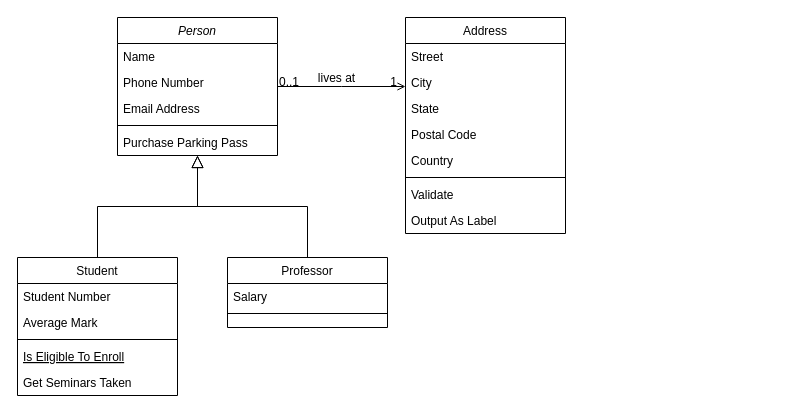
This is 自动上传匹配档案责任链模式.drawio from FocusZhouGD/drawprogram, a draw.io file, before an edit. Source tidied: cells renumbered, new cells numbered last; positions are measured from the earlier drawing's top-left corner, leaving out a move shared by most shapes. Both pictures are drawn from the tidied source at 100%, with x=0, y=0 at pixel (17, 17).
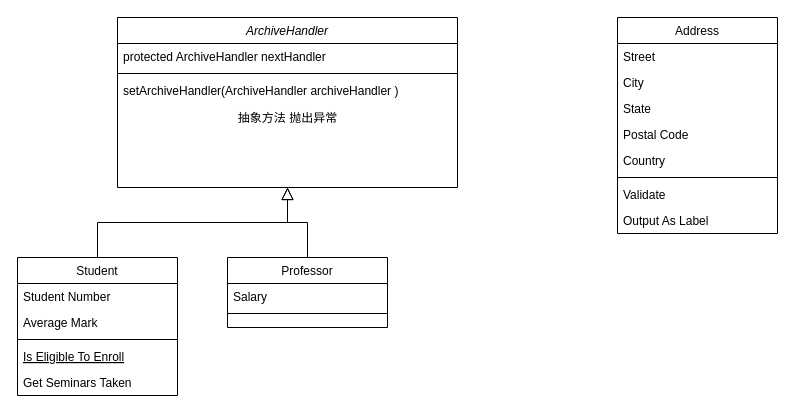
Above is the later version.

Commit message:
更新自动上传匹配档案责任链模式.drawio

The edit, as a diff of the source:
```diff
@@
-    <mxCell id="2" value="Person" style="swimlane;fontStyle=2;align=center;verticalAlign=top;horizontal=1;startSize=26;rounded=0;shadow=0;strokeWidth=1;" parent="1" vertex="1">
-      <mxGeometry x="100" width="160" height="138" as="geometry" />
+    <mxCell id="2" value="ArchiveHandler" style="swimlane;fontStyle=2;align=center;verticalAlign=top;horizontal=1;startSize=26;rounded=0;shadow=0;strokeWidth=1;" parent="1" vertex="1">
+      <mxGeometry x="100" width="340" height="170" as="geometry" />
     </mxCell>
-    <mxCell id="3" value="Name" style="text;align=left;verticalAlign=top;spacingLeft=4;spacingRight=4;overflow=hidden;" parent="2" vertex="1">
-      <mxGeometry y="26" width="160" height="26" as="geometry" />
-    </mxCell>
-    <mxCell id="4" value="Phone Number" style="text;align=left;verticalAlign=top;spacingLeft=4;spacingRight=4;overflow=hidden;rounded=0;shadow=0;html=0;" parent="2" vertex="1">
-      <mxGeometry y="52" width="160" height="26" as="geometry" />
+    <mxCell id="4" value="protected ArchiveHandler nextHandler" style="text;align=left;verticalAlign=top;spacingLeft=4;spacingRight=4;overflow=hidden;rounded=0;shadow=0;html=0;" parent="2" vertex="1">
+      <mxGeometry y="26" width="340" height="26" as="geometry" />
     </mxCell>
-    <mxCell id="5" value="Email Address" style="text;align=left;verticalAlign=top;spacingLeft=4;spacingRight=4;overflow=hidden;rounded=0;shadow=0;html=0;" parent="2" vertex="1">
-      <mxGeometry y="78" width="160" height="26" as="geometry" />
-    </mxCell>
     <mxCell id="6" style="line;html=1;strokeWidth=1;align=left;verticalAlign=middle;spacingTop=-1;spacingLeft=3;spacingRight=3;labelPosition=right;" parent="2" vertex="1">
-      <mxGeometry y="104" width="160" height="8" as="geometry" />
+      <mxGeometry y="52" width="340" height="8" as="geometry" />
     </mxCell>
-    <mxCell id="7" value="Purchase Parking Pass" style="text;align=left;verticalAlign=top;spacingLeft=4;spacingRight=4;overflow=hidden;" parent="2" vertex="1">
-      <mxGeometry y="112" width="160" height="26" as="geometry" />
+    <mxCell id="7" value="setArchiveHandler(ArchiveHandler archiveHandler )" style="text;align=left;verticalAlign=top;spacingLeft=4;spacingRight=4;overflow=hidden;" parent="2" vertex="1">
+      <mxGeometry y="60" width="340" height="26" as="geometry" />
     </mxCell>
+    <mxCell id="32" value="抽象方法 抛出异常" style="text;html=1;align=center;verticalAlign=middle;strokeColor=none;fillColor=none;" parent="2" vertex="1">
+      <mxGeometry y="86" width="340" height="30" as="geometry" />
+    </mxCell>
@@
     <mxCell id="19" value="Address" style="swimlane;fontStyle=0;align=center;verticalAlign=top;horizontal=1;startSize=26;rounded=0;shadow=0;strokeWidth=1;" parent="1" vertex="1">
-      <mxGeometry x="388" width="160" height="216" as="geometry" />
+      <mxGeometry x="600" width="160" height="216" as="geometry" />
     </mxCell>
@@
-    <mxCell id="28" style="endArrow=open;shadow=0;strokeWidth=1;rounded=0;endFill=1;edgeStyle=elbowEdgeStyle;elbow=vertical;" parent="1" edge="1" source="2" target="19">
-      <mxGeometry x="0.5" y="41" relative="1" as="geometry">
-        <mxPoint x="-40" y="32" as="offset" />
-      </mxGeometry>
-    </mxCell>
-    <mxCell id="29" value="0..1" style="align=left;verticalAlign=bottom;labelBackgroundColor=none;fontSize=12;" parent="28" vertex="1">
-      <mxGeometry x="-1" relative="1" as="geometry">
-        <mxPoint y="4" as="offset" />
-      </mxGeometry>
-    </mxCell>
-    <mxCell id="30" value="1" style="align=right;verticalAlign=bottom;labelBackgroundColor=none;fontSize=12;" parent="28" vertex="1">
-      <mxGeometry x="1" relative="1" as="geometry">
-        <mxPoint x="-7" y="4" as="offset" />
-      </mxGeometry>
-    </mxCell>
-    <mxCell id="31" value="lives at" style="text;html=1;align=center;verticalAlign=middle;labelBackgroundColor=none;rounded=0;shadow=0;strokeWidth=1;fontSize=12;" parent="28" vertex="1">
-      <mxGeometry x="0.5" y="49" relative="1" as="geometry">
-        <mxPoint x="-38" y="40" as="offset" />
-      </mxGeometry>
-    </mxCell>
```
